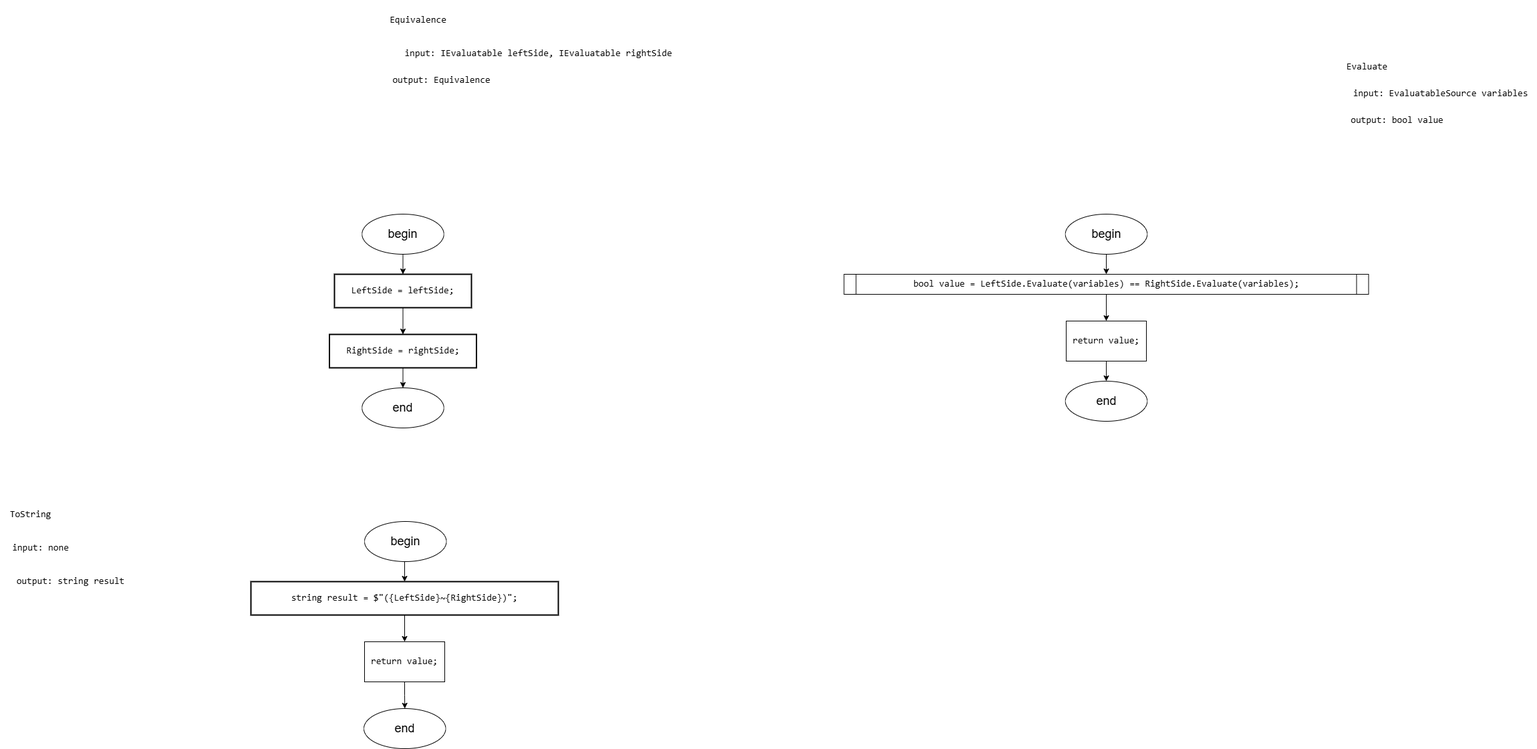
The draw.io diagram Diagrams/images/Equivalence.drawio.png in slavikovics/FictionalVariables, before a commit. Source tidied: cells renumbered, new cells last; positions are measured from the earlier drawing's top-left corner, leaving out a move shared by most shapes.
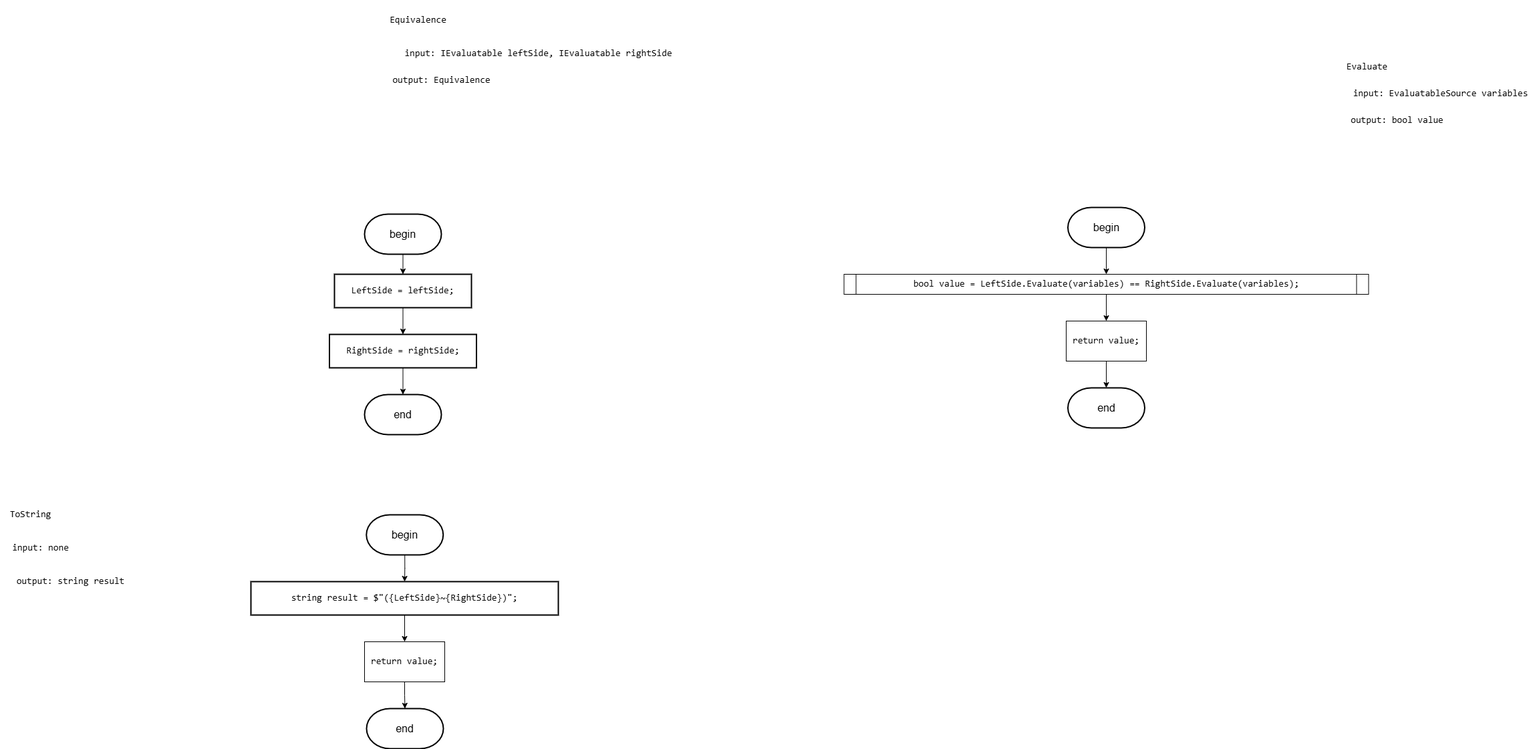
Later version of the same file.

What changed in the source:
```diff
@@ -11,9 +11,6 @@
     <mxCell id="4" value="&lt;div style=&quot;&quot;&gt;&lt;pre style=&quot;font-family: &amp;quot;JetBrains Mono&amp;quot;, monospace;&quot;&gt;LeftSide = &lt;span style=&quot;&quot;&gt;leftSide&lt;/span&gt;;&lt;/pre&gt;&lt;/div&gt;" style="rounded=0;whiteSpace=wrap;html=1;absoluteArcSize=1;arcSize=14;strokeWidth=2;fontSize=14;fontColor=#000000;labelBackgroundColor=none;" parent="1" vertex="1">
       <mxGeometry x="500" y="410" width="205" height="50" as="geometry" />
     </mxCell>
-    <mxCell id="5" style="edgeStyle=orthogonalEdgeStyle;rounded=0;jettySize=auto;html=1;exitX=0.5;exitY=1;exitDx=0;exitDy=0;entryX=0.5;entryY=0;entryDx=0;entryDy=0;" parent="1" edge="1" source="6" target="25">
-      <mxGeometry relative="1" as="geometry" />
-    </mxCell>
     <mxCell id="6" value="&lt;div style=&quot;&quot;&gt;&lt;pre style=&quot;font-family: &amp;quot;JetBrains Mono&amp;quot;, monospace;&quot;&gt;&lt;div&gt;&lt;pre style=&quot;font-family: &amp;quot;JetBrains Mono&amp;quot;, monospace;&quot;&gt;RightSide = &lt;span style=&quot;&quot;&gt;rightSide&lt;/span&gt;;&lt;/pre&gt;&lt;/div&gt;&lt;/pre&gt;&lt;/div&gt;" style="rounded=0;whiteSpace=wrap;html=1;absoluteArcSize=1;arcSize=14;strokeWidth=2;fontSize=14;fontColor=#000000;labelBackgroundColor=none;" parent="1" vertex="1">
       <mxGeometry x="492.5" y="500" width="220" height="50" as="geometry" />
     </mxCell>
@@ -53,44 +50,47 @@
     <mxCell id="18" value="&lt;pre style=&quot;font-family: &amp;quot;JetBrains Mono&amp;quot;, monospace;&quot;&gt;&lt;span style=&quot;&quot;&gt;bool &lt;/span&gt;&lt;span style=&quot;&quot;&gt;value &lt;/span&gt;= LeftSide.&lt;span style=&quot;&quot;&gt;Evaluate&lt;/span&gt;(&lt;span style=&quot;&quot;&gt;variables&lt;/span&gt;) == RightSide.&lt;span style=&quot;&quot;&gt;Evaluate&lt;/span&gt;(&lt;span style=&quot;&quot;&gt;variables&lt;/span&gt;);&lt;/pre&gt;" style="shape=process;whiteSpace=wrap;html=1;backgroundOutline=1;size=0.022988505747126436;fontSize=14;fontColor=#000000;labelBackgroundColor=none;" parent="1" vertex="1">
       <mxGeometry x="1262.5" y="410" width="785" height="30" as="geometry" />
     </mxCell>
-    <mxCell id="19" style="edgeStyle=orthogonalEdgeStyle;rounded=0;jettySize=auto;html=1;exitX=0.5;exitY=1;exitDx=0;exitDy=0;entryX=0.5;entryY=0;entryDx=0;entryDy=0;" parent="1" edge="1" source="20" target="31">
-      <mxGeometry relative="1" as="geometry" />
-    </mxCell>
     <mxCell id="20" value="&lt;div style=&quot;&quot;&gt;&lt;pre style=&quot;font-family: &amp;quot;JetBrains Mono&amp;quot;, monospace;&quot;&gt;&lt;span style=&quot;&quot;&gt;return &lt;/span&gt;&lt;span style=&quot;&quot;&gt;value&lt;/span&gt;;&lt;/pre&gt;&lt;/div&gt;" style="rounded=0;whiteSpace=wrap;html=1;fontSize=14;fontColor=#000000;labelBackgroundColor=none;" parent="1" vertex="1">
       <mxGeometry x="1595" y="480" width="120" height="60" as="geometry" />
     </mxCell>
-    <mxCell id="21" style="edgeStyle=orthogonalEdgeStyle;rounded=0;jettySize=auto;html=1;exitX=0.5;exitY=1;exitDx=0;exitDy=0;" parent="1" edge="1" source="22" target="28">
-      <mxGeometry relative="1" as="geometry" />
-    </mxCell>
     <mxCell id="22" value="&lt;div style=&quot;&quot;&gt;&lt;pre style=&quot;font-family: &amp;quot;JetBrains Mono&amp;quot;, monospace;&quot;&gt;&lt;span style=&quot;&quot;&gt;return &lt;/span&gt;&lt;span style=&quot;&quot;&gt;&lt;font&gt;value&lt;/font&gt;&lt;/span&gt;&lt;font&gt;;&lt;/font&gt;&lt;/pre&gt;&lt;/div&gt;" style="rounded=0;whiteSpace=wrap;html=1;fontSize=14;fontColor=#000000;labelBackgroundColor=none;" parent="1" vertex="1">
       <mxGeometry x="545" y="960" width="120" height="60" as="geometry" />
     </mxCell>
-    <mxCell id="23" style="edgeStyle=orthogonalEdgeStyle;rounded=0;jettySize=auto;html=1;exitX=0.5;exitY=1;exitDx=0;exitDy=0;entryX=0.5;entryY=0;entryDx=0;entryDy=0;" parent="1" edge="1" source="24" target="4">
-      <mxGeometry relative="1" as="geometry" />
-    </mxCell>
-    <mxCell id="24" value="&lt;font style=&quot;font-size: 18px;&quot;&gt;begin&lt;/font&gt;" style="ellipse;whiteSpace=wrap;html=1;" parent="1" vertex="1">
-      <mxGeometry x="541.2" y="320" width="122.5" height="60" as="geometry" />
-    </mxCell>
-    <mxCell id="25" value="&lt;font style=&quot;font-size: 18px;&quot;&gt;end&lt;/font&gt;" style="ellipse;whiteSpace=wrap;html=1;" parent="1" vertex="1">
-      <mxGeometry x="541.2" y="580" width="122.5" height="60" as="geometry" />
-    </mxCell>
-    <mxCell id="26" style="edgeStyle=orthogonalEdgeStyle;rounded=0;jettySize=auto;html=1;exitX=0.5;exitY=1;exitDx=0;exitDy=0;entryX=0.5;entryY=0;entryDx=0;entryDy=0;" parent="1" edge="1" source="27" target="14">
-      <mxGeometry relative="1" as="geometry" />
-    </mxCell>
-    <mxCell id="27" value="&lt;font style=&quot;font-size: 18px;&quot;&gt;begin&lt;/font&gt;" style="ellipse;whiteSpace=wrap;html=1;" parent="1" vertex="1">
-      <mxGeometry x="545" y="780" width="122.5" height="60" as="geometry" />
-    </mxCell>
-    <mxCell id="28" value="&lt;font style=&quot;font-size: 18px;&quot;&gt;end&lt;/font&gt;" style="ellipse;whiteSpace=wrap;html=1;" parent="1" vertex="1">
-      <mxGeometry x="544" y="1060" width="122.5" height="60" as="geometry" />
-    </mxCell>
-    <mxCell id="29" style="edgeStyle=orthogonalEdgeStyle;rounded=0;jettySize=auto;html=1;exitX=0.5;exitY=1;exitDx=0;exitDy=0;entryX=0.5;entryY=0;entryDx=0;entryDy=0;" parent="1" edge="1" source="30" target="18">
-      <mxGeometry relative="1" as="geometry" />
-    </mxCell>
-    <mxCell id="30" value="&lt;font style=&quot;font-size: 18px;&quot;&gt;begin&lt;/font&gt;" style="ellipse;whiteSpace=wrap;html=1;" parent="1" vertex="1">
-      <mxGeometry x="1593.8" y="320" width="122.5" height="60" as="geometry" />
-    </mxCell>
-    <mxCell id="31" value="&lt;font style=&quot;font-size: 18px;&quot;&gt;end&lt;/font&gt;" style="ellipse;whiteSpace=wrap;html=1;" parent="1" vertex="1">
-      <mxGeometry x="1593.8" y="570" width="122.5" height="60" as="geometry" />
-    </mxCell>
+    <mxCell id="32" style="edgeStyle=orthogonalEdgeStyle;rounded=0;jettySize=auto;html=1;exitX=0.5;exitY=1;exitDx=0;exitDy=0;exitPerimeter=0;entryX=0.5;entryY=0;entryDx=0;entryDy=0;" parent="1" edge="1" source="33" target="4">
+      <mxGeometry relative="1" as="geometry" />
+    </mxCell>
+    <mxCell id="33" value="&lt;font style=&quot;font-size: 16px;&quot;&gt;begin&lt;/font&gt;" style="strokeWidth=2;html=1;shape=mxgraph.flowchart.terminator;whiteSpace=wrap;" parent="1" vertex="1">
+      <mxGeometry x="545" y="320" width="115" height="60" as="geometry" />
+    </mxCell>
+    <mxCell id="34" value="&lt;font style=&quot;font-size: 16px;&quot;&gt;end&lt;/font&gt;" style="strokeWidth=2;html=1;shape=mxgraph.flowchart.terminator;whiteSpace=wrap;" parent="1" vertex="1">
+      <mxGeometry x="545" y="590" width="115" height="60" as="geometry" />
+    </mxCell>
+    <mxCell id="35" style="edgeStyle=orthogonalEdgeStyle;rounded=0;jettySize=auto;html=1;exitX=0.5;exitY=1;exitDx=0;exitDy=0;entryX=0.5;entryY=0;entryDx=0;entryDy=0;entryPerimeter=0;" parent="1" edge="1" source="6" target="34">
+      <mxGeometry relative="1" as="geometry" />
+    </mxCell>
+    <mxCell id="36" style="edgeStyle=orthogonalEdgeStyle;rounded=0;jettySize=auto;html=1;exitX=0.5;exitY=1;exitDx=0;exitDy=0;exitPerimeter=0;entryX=0.5;entryY=0;entryDx=0;entryDy=0;" parent="1" edge="1" source="37" target="14">
+      <mxGeometry relative="1" as="geometry" />
+    </mxCell>
+    <mxCell id="37" value="&lt;font style=&quot;font-size: 16px;&quot;&gt;begin&lt;/font&gt;" style="strokeWidth=2;html=1;shape=mxgraph.flowchart.terminator;whiteSpace=wrap;" parent="1" vertex="1">
+      <mxGeometry x="547.8" y="770" width="115" height="60" as="geometry" />
+    </mxCell>
+    <mxCell id="38" value="&lt;font style=&quot;font-size: 16px;&quot;&gt;end&lt;/font&gt;" style="strokeWidth=2;html=1;shape=mxgraph.flowchart.terminator;whiteSpace=wrap;" parent="1" vertex="1">
+      <mxGeometry x="548" y="1060" width="115" height="60" as="geometry" />
+    </mxCell>
+    <mxCell id="39" style="edgeStyle=orthogonalEdgeStyle;rounded=0;jettySize=auto;html=1;exitX=0.5;exitY=1;exitDx=0;exitDy=0;entryX=0.5;entryY=0;entryDx=0;entryDy=0;entryPerimeter=0;" parent="1" edge="1" source="22" target="38">
+      <mxGeometry relative="1" as="geometry" />
+    </mxCell>
+    <mxCell id="40" style="edgeStyle=orthogonalEdgeStyle;rounded=0;jettySize=auto;html=1;exitX=0.5;exitY=1;exitDx=0;exitDy=0;exitPerimeter=0;entryX=0.5;entryY=0;entryDx=0;entryDy=0;" parent="1" edge="1" source="41" target="18">
+      <mxGeometry relative="1" as="geometry" />
+    </mxCell>
+    <mxCell id="41" value="&lt;font style=&quot;font-size: 16px;&quot;&gt;begin&lt;/font&gt;" style="strokeWidth=2;html=1;shape=mxgraph.flowchart.terminator;whiteSpace=wrap;" parent="1" vertex="1">
+      <mxGeometry x="1597.5" y="310" width="115" height="60" as="geometry" />
+    </mxCell>
+    <mxCell id="42" value="&lt;font style=&quot;font-size: 16px;&quot;&gt;end&lt;/font&gt;" style="strokeWidth=2;html=1;shape=mxgraph.flowchart.terminator;whiteSpace=wrap;" parent="1" vertex="1">
+      <mxGeometry x="1597.5" y="580" width="115" height="60" as="geometry" />
+    </mxCell>
+    <mxCell id="43" style="edgeStyle=orthogonalEdgeStyle;rounded=0;jettySize=auto;html=1;exitX=0.5;exitY=1;exitDx=0;exitDy=0;entryX=0.5;entryY=0;entryDx=0;entryDy=0;entryPerimeter=0;" parent="1" edge="1" source="20" target="42">
+      <mxGeometry relative="1" as="geometry" />
+    </mxCell>
   </root>
 </mxGraphModel>
```
